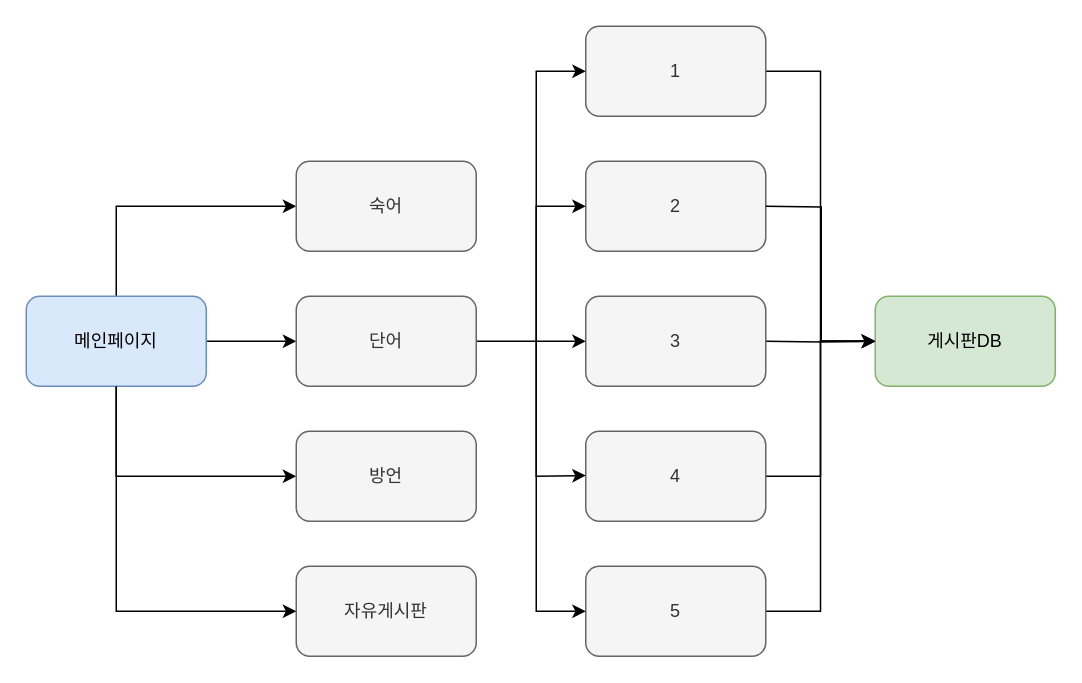
This is page "word" (3 of 3) of Untitled Diagram.drawio from pyurumi/project_japan, a draw.io file, before an edit. Source tidied: cells renumbered, new cells numbered last; positions are measured from the earlier drawing's top-left corner, leaving out a move shared by most shapes. Both pictures are drawn from the tidied source at 150%, with x=0, y=0 at pixel (26, 26).
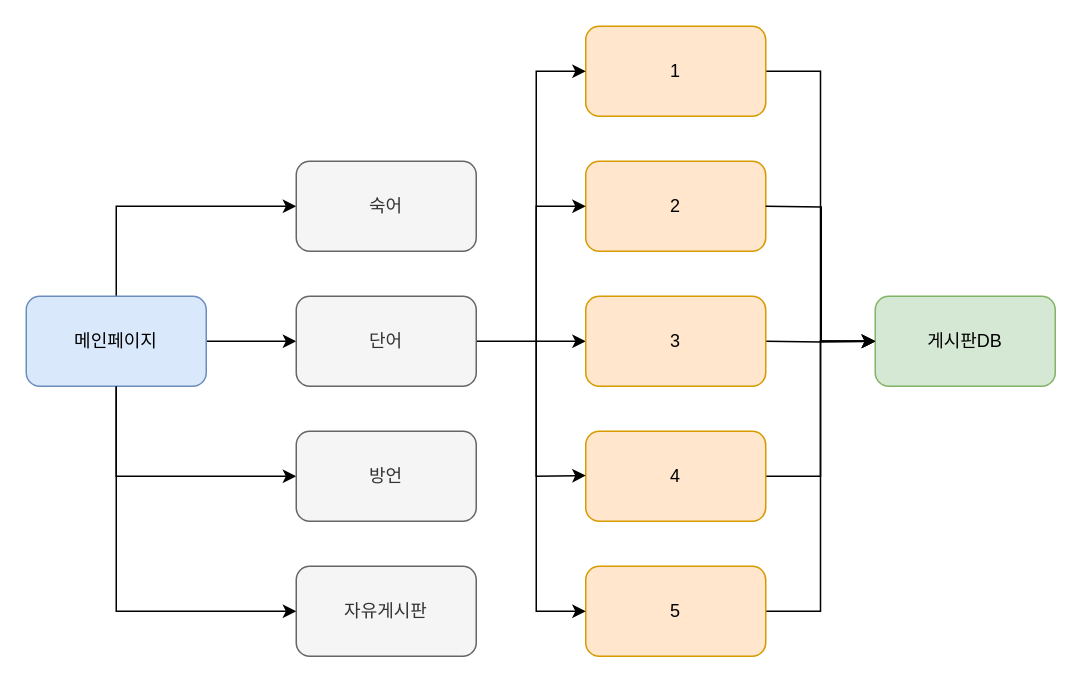
The same diagram, later.

What changed in the source:
```diff
@@
-    <mxCell id="14" value="3" style="rounded=1;whiteSpace=wrap;html=1;fillColor=#f5f5f5;strokeColor=#666666;fontColor=#333333;" parent="1" vertex="1">
+    <mxCell id="14" value="3" style="rounded=1;whiteSpace=wrap;html=1;fillColor=#ffe6cc;strokeColor=#d79b00;" parent="1" vertex="1">
       <mxGeometry x="373" y="180" width="120" height="60" as="geometry" />
     </mxCell>
@@
-    <mxCell id="16" value="4" style="rounded=1;whiteSpace=wrap;html=1;fillColor=#f5f5f5;strokeColor=#666666;fontColor=#333333;" parent="1" vertex="1">
+    <mxCell id="16" value="4" style="rounded=1;whiteSpace=wrap;html=1;fillColor=#ffe6cc;strokeColor=#d79b00;" parent="1" vertex="1">
       <mxGeometry x="373" y="270" width="120" height="60" as="geometry" />
     </mxCell>
@@
-    <mxCell id="18" value="5" style="rounded=1;whiteSpace=wrap;html=1;fillColor=#f5f5f5;strokeColor=#666666;fontColor=#333333;" parent="1" vertex="1">
+    <mxCell id="18" value="5" style="rounded=1;whiteSpace=wrap;html=1;fillColor=#ffe6cc;strokeColor=#d79b00;" parent="1" vertex="1">
       <mxGeometry x="373" y="360" width="120" height="60" as="geometry" />
     </mxCell>
-    <mxCell id="19" value="2" style="rounded=1;whiteSpace=wrap;html=1;fillColor=#f5f5f5;strokeColor=#666666;fontColor=#333333;" parent="1" vertex="1">
+    <mxCell id="19" value="2" style="rounded=1;whiteSpace=wrap;html=1;fillColor=#ffe6cc;strokeColor=#d79b00;" parent="1" vertex="1">
       <mxGeometry x="373" y="90" width="120" height="60" as="geometry" />
     </mxCell>
@@
-    <mxCell id="21" value="1" style="rounded=1;whiteSpace=wrap;html=1;fillColor=#f5f5f5;strokeColor=#666666;fontColor=#333333;" parent="1" vertex="1">
+    <mxCell id="21" value="1" style="rounded=1;whiteSpace=wrap;html=1;fillColor=#ffe6cc;strokeColor=#d79b00;" parent="1" vertex="1">
       <mxGeometry x="373" width="120" height="60" as="geometry" />
     </mxCell>
```
